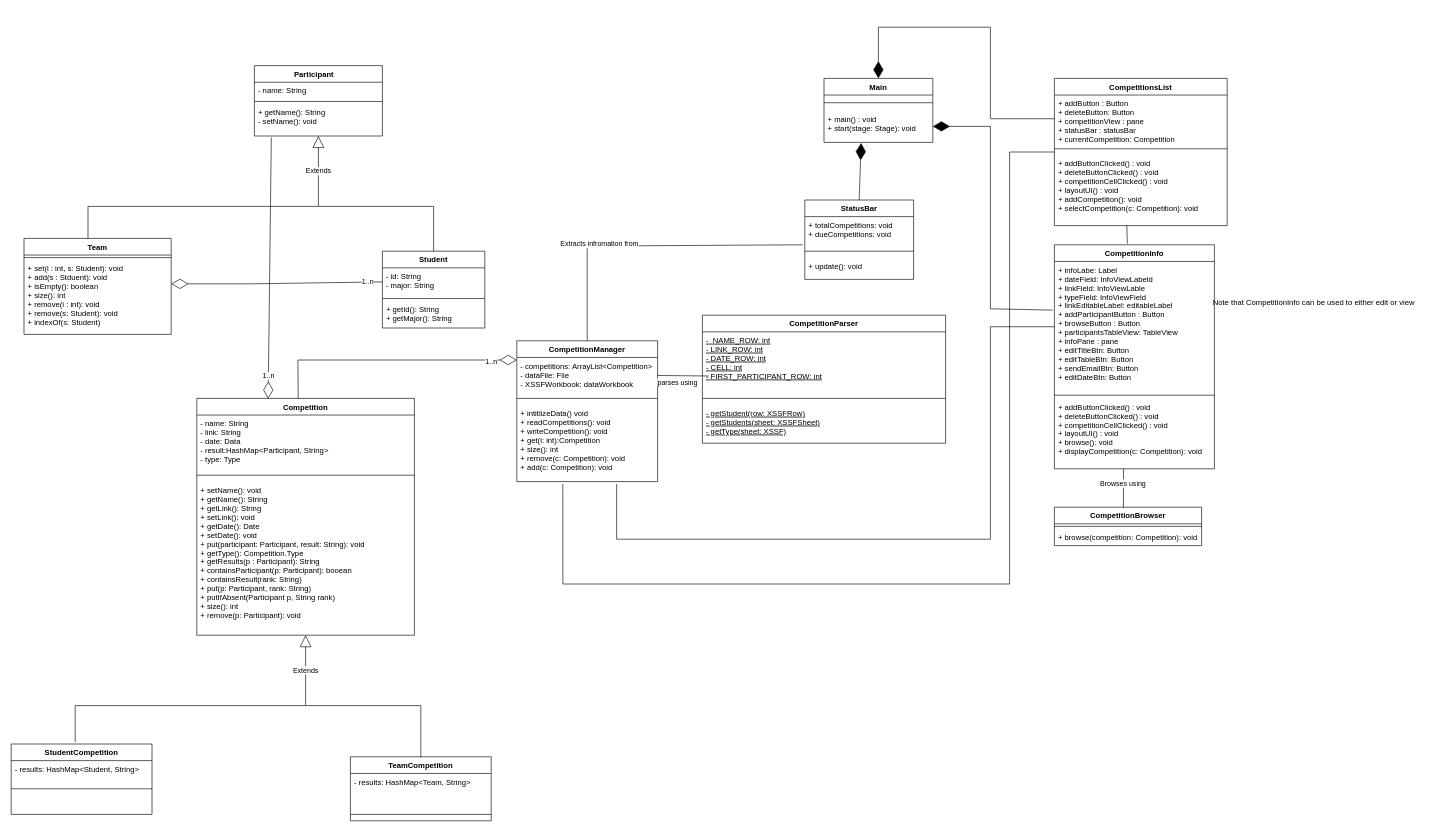
Before: docs/phase2/class-diagram.drawio in AbdullahAXR/Competition-tracker, a draw.io diagram. Source tidied: cells renumbered, new cells numbered last; positions are measured from the earlier drawing's top-left corner, leaving out a move shared by most shapes. Both pictures are drawn from the tidied source at 64%, with x=0, y=0 at pixel (11, 27).
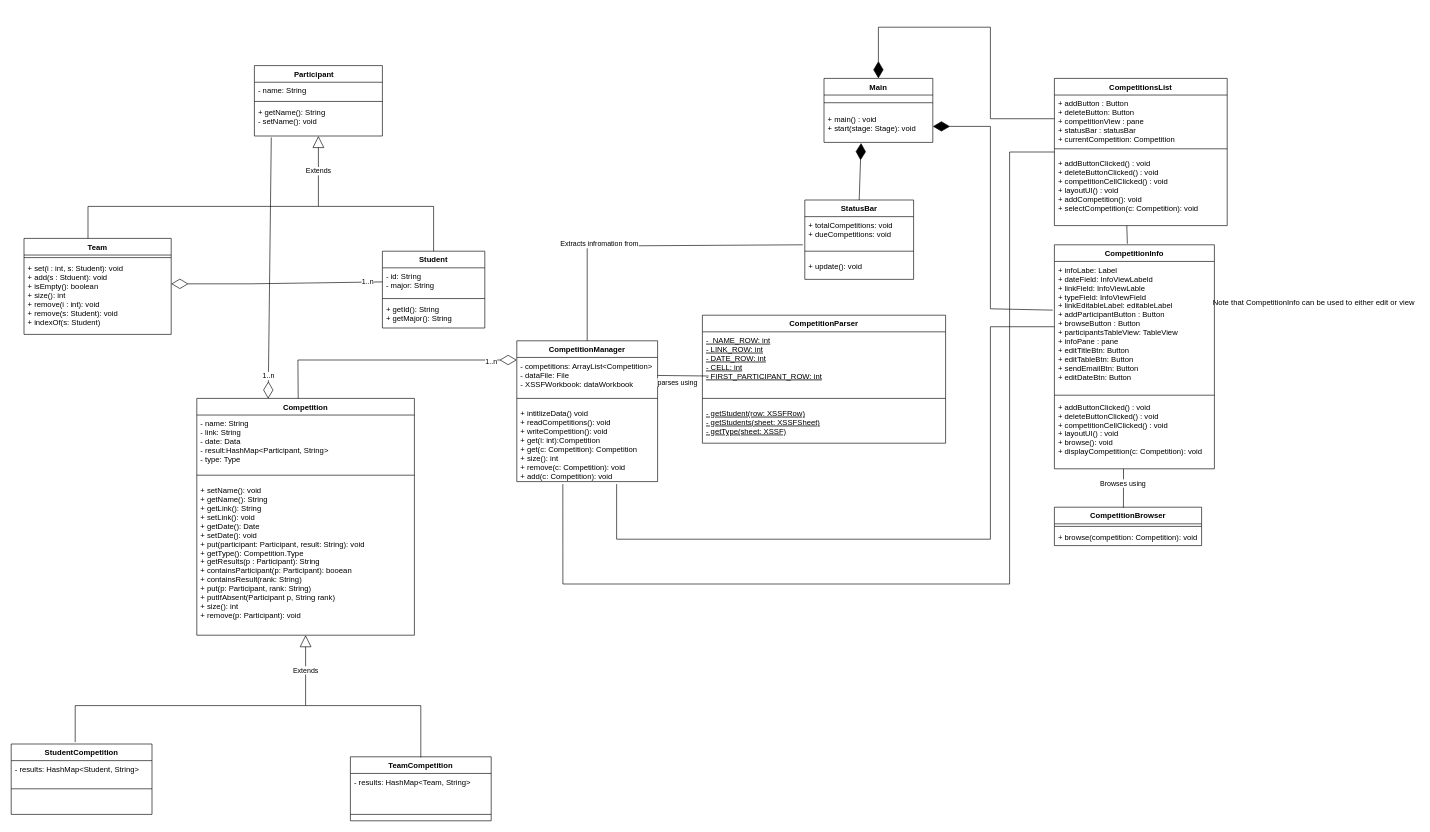
The same diagram, later.

Commit message (it also covers changes not shown here):
docs: added a getter in the compettion manager class

Unchanged cells that the change refers to:
```xml
<mxCell id="17" value="CompetitionManager" style="swimlane;fontStyle=1;align=center;verticalAlign=top;horizontal=1;startSize=26;" parent="1" vertex="1">
  <mxGeometry x="790" y="490" width="220" height="220" as="geometry" />
</mxCell>
```

Change to the diagram source:
```diff
@@
-    <mxCell id="20" value="+ intitlizeData() void&#10;+ readCompetitions(): void&#10;+ writeCompetition(): void&#10;+ get(i: int):Competition&#10;+ size(): int&#10;+ remove(c: Competition): void&#10;+ add(c: Competition): void&#10;&#10;&#10;" style="text;strokeColor=none;fillColor=none;align=left;verticalAlign=top;spacingLeft=4;spacingRight=4;overflow=hidden;points=[[0,0.5],[1,0.5]];portConstraint=eastwest;" parent="17" vertex="1">
+    <mxCell id="20" value="+ intitlizeData() void&#10;+ readCompetitions(): void&#10;+ writeCompetition(): void&#10;+ get(i: int):Competition&#10;+ get(c: Competition): Competition&#10;+ size(): int&#10;+ remove(c: Competition): void&#10;+ add(c: Competition): void&#10;&#10;&#10;" style="text;strokeColor=none;fillColor=none;align=left;verticalAlign=top;spacingLeft=4;spacingRight=4;overflow=hidden;points=[[0,0.5],[1,0.5]];portConstraint=eastwest;" parent="17" vertex="1">
       <mxGeometry y="100" width="220" height="120" as="geometry" />
     </mxCell>
```
